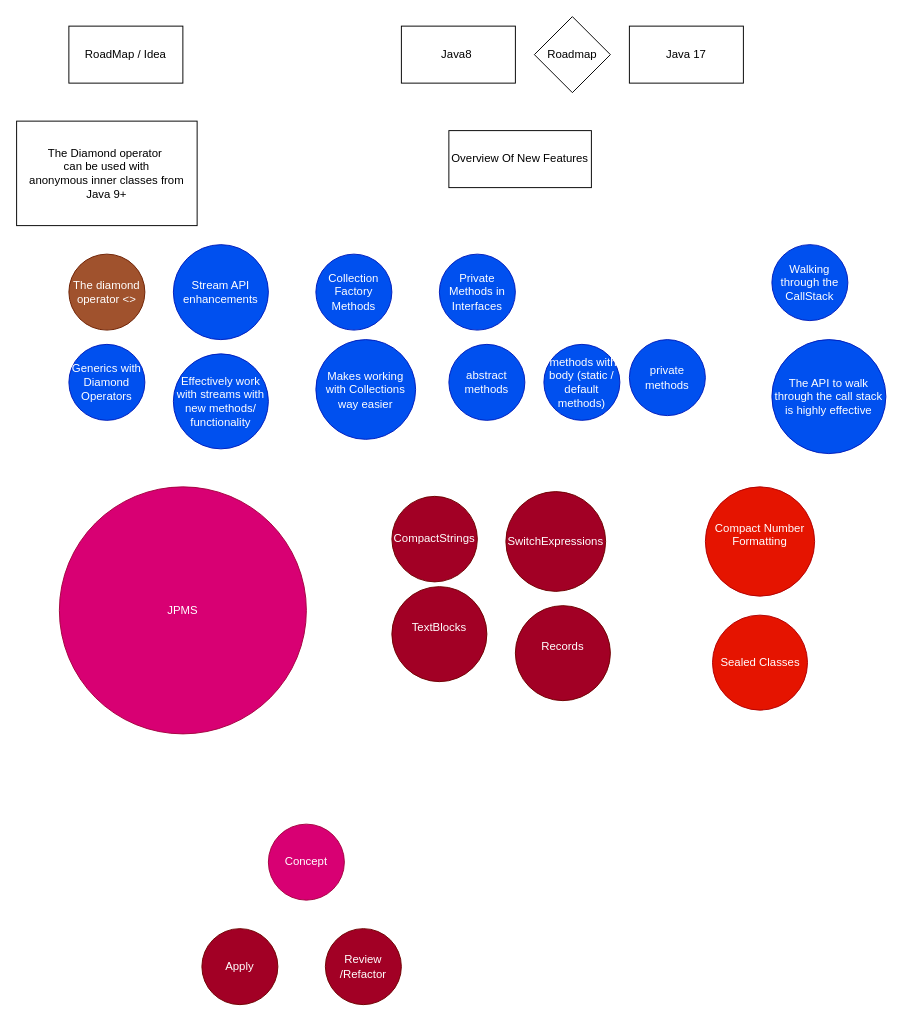
Earlier version of the draw.io diagram page "Top New Features That I can Explore" (1 of 6) of Diagrams/New Features Java.drawio (THRGLO02MAY2025GIT-HUB/THRGLO02MAY2025GIT-REPO). Source tidied: cells renumbered, new cells numbered last; positions are measured from the earlier drawing's top-left corner, leaving out a move shared by most shapes. Both pictures are drawn from the tidied source at 95%, with x=0, y=0 at pixel (16, 16).
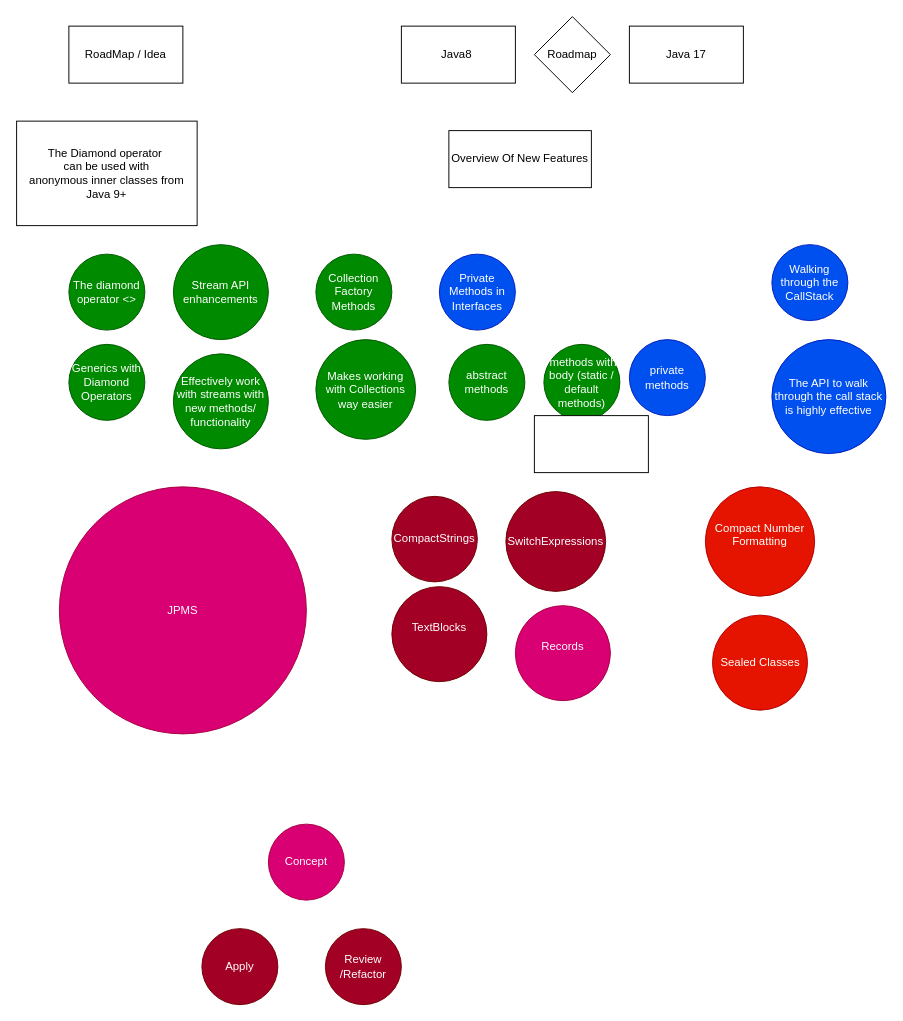
Above is the later version.

What changed in the source:
```diff
@@
-    <mxCell id="5" value="The diamond operator &amp;lt;&amp;gt;" style="ellipse;whiteSpace=wrap;html=1;fillColor=#a0522d;fontColor=#ffffff;strokeColor=#6D1F00;" parent="1" vertex="1">
+    <mxCell id="5" value="The diamond operator &amp;lt;&amp;gt;" style="ellipse;whiteSpace=wrap;html=1;fillColor=#008a00;fontColor=#ffffff;strokeColor=#005700;" parent="1" vertex="1">
       <mxGeometry x="55" y="250" width="80" height="80" as="geometry" />
     </mxCell>
-    <mxCell id="6" value="Stream API enhancements" style="ellipse;whiteSpace=wrap;html=1;fillColor=#0050ef;fontColor=#ffffff;strokeColor=#001DBC;" parent="1" vertex="1">
+    <mxCell id="6" value="Stream API enhancements" style="ellipse;whiteSpace=wrap;html=1;fillColor=#008a00;fontColor=#ffffff;strokeColor=#005700;" parent="1" vertex="1">
       <mxGeometry x="165" y="240" width="100" height="100" as="geometry" />
     </mxCell>
@@
-    <mxCell id="8" value="Collection Factory Methods" style="ellipse;whiteSpace=wrap;html=1;fillColor=#0050ef;fontColor=#ffffff;strokeColor=#001DBC;" parent="1" vertex="1">
+    <mxCell id="8" value="Collection Factory Methods" style="ellipse;whiteSpace=wrap;html=1;fillColor=#008a00;fontColor=#ffffff;strokeColor=#005700;" parent="1" vertex="1">
       <mxGeometry x="315" y="250" width="80" height="80" as="geometry" />
     </mxCell>
@@
-    <mxCell id="15" value="&lt;div&gt;Records&lt;/div&gt;&lt;div&gt;&lt;br&gt;&lt;/div&gt;" style="ellipse;whiteSpace=wrap;html=1;fillColor=#a20025;fontColor=#ffffff;strokeColor=#6F0000;" parent="1" vertex="1">
+    <mxCell id="15" value="&lt;div&gt;Records&lt;/div&gt;&lt;div&gt;&lt;br&gt;&lt;/div&gt;" style="ellipse;whiteSpace=wrap;html=1;fillColor=#d80073;fontColor=#ffffff;strokeColor=#A50040;" parent="1" vertex="1">
       <mxGeometry x="525" y="620" width="100" height="100" as="geometry" />
     </mxCell>
@@
-    <mxCell id="18" value="Generics with Diamond Operators" style="ellipse;whiteSpace=wrap;html=1;fillColor=#0050ef;fontColor=#ffffff;strokeColor=#001DBC;" parent="1" vertex="1">
+    <mxCell id="18" value="Generics with Diamond Operators" style="ellipse;whiteSpace=wrap;html=1;fillColor=#008a00;fontColor=#ffffff;strokeColor=#005700;" parent="1" vertex="1">
       <mxGeometry x="55" y="345" width="80" height="80" as="geometry" />
     </mxCell>
-    <mxCell id="19" value="Effectively work with streams with new methods/ functionality" style="ellipse;whiteSpace=wrap;html=1;fillColor=#0050ef;fontColor=#ffffff;strokeColor=#001DBC;" parent="1" vertex="1">
+    <mxCell id="19" value="Effectively work with streams with new methods/ functionality" style="ellipse;whiteSpace=wrap;html=1;fillColor=#008a00;fontColor=#ffffff;strokeColor=#005700;" parent="1" vertex="1">
       <mxGeometry x="165" y="355" width="100" height="100" as="geometry" />
     </mxCell>
-    <mxCell id="20" value="Makes working with Collections way easier" style="ellipse;whiteSpace=wrap;html=1;fillColor=#0050ef;fontColor=#ffffff;strokeColor=#001DBC;" parent="1" vertex="1">
+    <mxCell id="20" value="Makes working with Collections way easier" style="ellipse;whiteSpace=wrap;html=1;fillColor=#008a00;fontColor=#ffffff;strokeColor=#005700;" parent="1" vertex="1">
       <mxGeometry x="315" y="340" width="105" height="105" as="geometry" />
     </mxCell>
-    <mxCell id="21" value="abstract methods" style="ellipse;whiteSpace=wrap;html=1;fillColor=#0050ef;fontColor=#ffffff;strokeColor=#001DBC;" parent="1" vertex="1">
+    <mxCell id="21" value="abstract methods" style="ellipse;whiteSpace=wrap;html=1;fillColor=#008a00;fontColor=#ffffff;strokeColor=#005700;" parent="1" vertex="1">
       <mxGeometry x="455" y="345" width="80" height="80" as="geometry" />
     </mxCell>
-    <mxCell id="22" value="&amp;nbsp;methods with body (static / default methods)" style="ellipse;whiteSpace=wrap;html=1;fillColor=#0050ef;fontColor=#ffffff;strokeColor=#001DBC;" parent="1" vertex="1">
+    <mxCell id="22" value="&amp;nbsp;methods with body (static / default methods)" style="ellipse;whiteSpace=wrap;html=1;fillColor=#008a00;fontColor=#ffffff;strokeColor=#005700;" parent="1" vertex="1">
       <mxGeometry x="555" y="345" width="80" height="80" as="geometry" />
     </mxCell>
@@
+    <mxCell id="30" style="whiteSpace=wrap;html=1;" parent="1" vertex="1">
+      <mxGeometry x="545" y="420" width="120" height="60" as="geometry" />
+    </mxCell>
```
